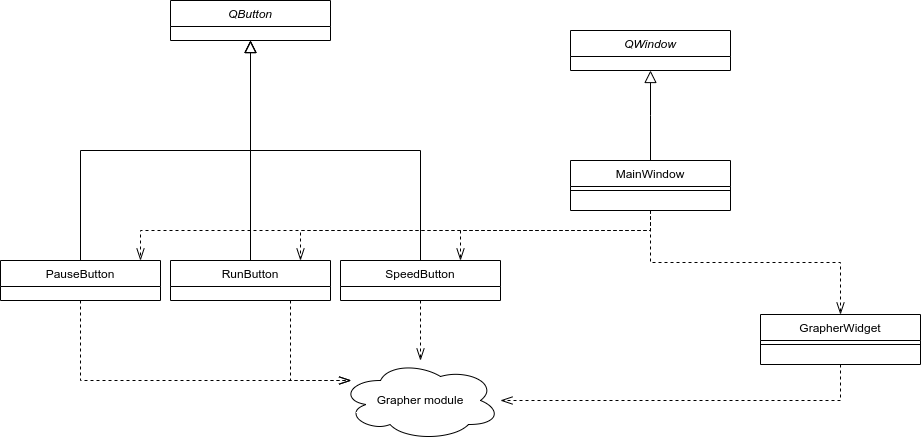
Earlier version of the draw.io export design/diagrams/class/ui class diagram.png (EmmanuelMess/ConstraintBasedSimulator). Source tidied: cells renumbered, new cells last; positions are measured from the earlier drawing's top-left corner, leaving out a move shared by most shapes.
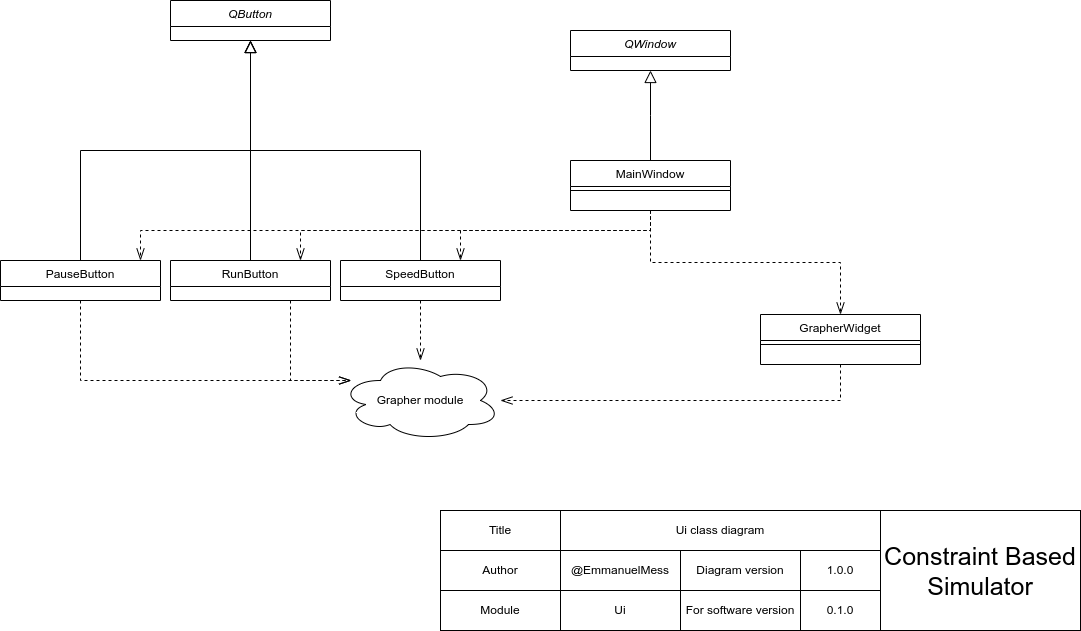
Above is the later version.

Diff of the diagram source:
```diff
@@ -103,5 +103,38 @@
     <mxCell id="23" value="Grapher module" style="ellipse;shape=cloud;whiteSpace=wrap;html=1;" parent="1" vertex="1">
       <mxGeometry x="340" y="360" width="160" height="80" as="geometry" />
     </mxCell>
+    <mxCell id="24" value="Title" style="rounded=0;whiteSpace=wrap;html=1;" parent="1" vertex="1">
+      <mxGeometry x="440" y="510" width="120" height="40" as="geometry" />
+    </mxCell>
+    <mxCell id="25" value="Ui class diagram" style="rounded=0;whiteSpace=wrap;html=1;" parent="1" vertex="1">
+      <mxGeometry x="560" y="510" width="320" height="40" as="geometry" />
+    </mxCell>
+    <mxCell id="26" value="Module" style="rounded=0;whiteSpace=wrap;html=1;" parent="1" vertex="1">
+      <mxGeometry x="440" y="590" width="120" height="40" as="geometry" />
+    </mxCell>
+    <mxCell id="27" value="Author" style="rounded=0;whiteSpace=wrap;html=1;" parent="1" vertex="1">
+      <mxGeometry x="440" y="550" width="120" height="40" as="geometry" />
+    </mxCell>
+    <mxCell id="28" value="@EmmanuelMess" style="rounded=0;whiteSpace=wrap;html=1;" parent="1" vertex="1">
+      <mxGeometry x="560" y="550" width="120" height="40" as="geometry" />
+    </mxCell>
+    <mxCell id="29" value="Ui" style="rounded=0;whiteSpace=wrap;html=1;" parent="1" vertex="1">
+      <mxGeometry x="560" y="590" width="120" height="40" as="geometry" />
+    </mxCell>
+    <mxCell id="30" value="Diagram version" style="rounded=0;whiteSpace=wrap;html=1;" parent="1" vertex="1">
+      <mxGeometry x="680" y="550" width="120" height="40" as="geometry" />
+    </mxCell>
+    <mxCell id="31" value="&lt;font style=&quot;font-size: 25px;&quot;&gt;Constraint Based Simulator&lt;/font&gt;" style="rounded=0;whiteSpace=wrap;html=1;" parent="1" vertex="1">
+      <mxGeometry x="880" y="510" width="200" height="120" as="geometry" />
+    </mxCell>
+    <mxCell id="32" value="1.0.0" style="rounded=0;whiteSpace=wrap;html=1;" parent="1" vertex="1">
+      <mxGeometry x="800" y="550" width="80" height="40" as="geometry" />
+    </mxCell>
+    <mxCell id="33" value="For software version" style="rounded=0;whiteSpace=wrap;html=1;" parent="1" vertex="1">
+      <mxGeometry x="680" y="590" width="120" height="40" as="geometry" />
+    </mxCell>
+    <mxCell id="34" value="0.1.0" style="rounded=0;whiteSpace=wrap;html=1;" parent="1" vertex="1">
+      <mxGeometry x="800" y="590" width="80" height="40" as="geometry" />
+    </mxCell>
   </root>
 </mxGraphModel>
```
